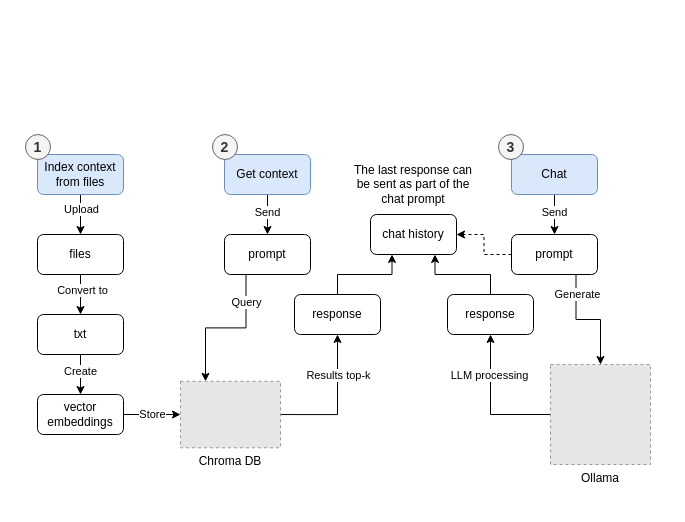
Before: doc/app_flow.drawio in intentor/llm-workbench, a draw.io diagram. Source tidied: cells renumbered, new cells numbered last; positions are measured from the earlier drawing's top-left corner, leaving out a move shared by most shapes. Both pictures are drawn from the tidied source at 100%, with x=0, y=0 at pixel (25, 134). Pictures stored in the file or linked from it are replaced by grey dashed boxes.
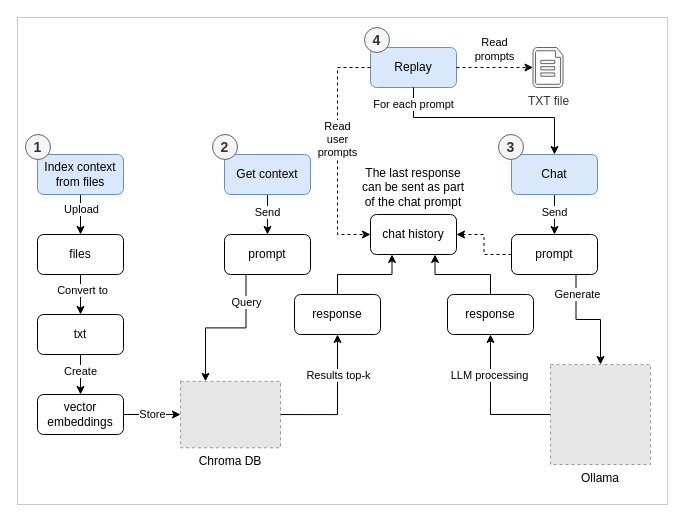
The same page after the edit.

Unchanged cells that the change refers to:
```xml
<mxCell id="32" value="chat history" style="rounded=1;whiteSpace=wrap;html=1;" parent="1" vertex="1">
  <mxGeometry x="345" y="80" width="86" height="40" as="geometry" />
</mxCell>
```

What changed in the source:
```diff
@@
+    <mxCell id="41" style="rounded=0;whiteSpace=wrap;html=1;strokeColor=#C9C9C9;" parent="1" vertex="1">
+      <mxGeometry x="-8" y="-117" width="650" height="487" as="geometry" />
+    </mxCell>
@@
-    <mxCell id="10" value="Index context from files" style="rounded=1;whiteSpace=wrap;html=1;fillColor=#dae8fc;strokeColor=#6c8ebf;" parent="1" vertex="1">
-      <mxGeometry x="12" y="20" width="86" height="40" as="geometry" />
-    </mxCell>
@@
-    <mxCell id="21" value="Chat" style="rounded=1;whiteSpace=wrap;html=1;fillColor=#dae8fc;strokeColor=#6c8ebf;" parent="1" vertex="1">
-      <mxGeometry x="486" y="20" width="86" height="40" as="geometry" />
-    </mxCell>
@@
-    <mxCell id="24" value="Get context" style="rounded=1;whiteSpace=wrap;html=1;fillColor=#dae8fc;strokeColor=#6c8ebf;" parent="1" vertex="1">
-      <mxGeometry x="199" y="20" width="86" height="40" as="geometry" />
-    </mxCell>
@@
     <mxCell id="37" value="The last response can be sent as part of the chat prompt" style="text;html=1;align=center;verticalAlign=middle;whiteSpace=wrap;rounded=0;" parent="1" vertex="1">
-      <mxGeometry x="320" y="25" width="136" height="50" as="geometry" />
+      <mxGeometry x="334" y="29" width="108" height="47" as="geometry" />
     </mxCell>
+    <mxCell id="42" style="group;" parent="1" vertex="1">
+      <mxGeometry width="98" height="60" as="geometry" />
+    </mxCell>
+    <mxCell id="10" value="Index context from files" style="rounded=1;whiteSpace=wrap;html=1;fillColor=#dae8fc;strokeColor=#6c8ebf;" parent="42" vertex="1">
+      <mxGeometry x="12" y="20" width="86" height="40" as="geometry" />
+    </mxCell>
-    <mxCell id="38" value="1" style="ellipse;whiteSpace=wrap;html=1;fillColor=#f5f5f5;strokeColor=#666666;fontStyle=1;fontSize=14;fontColor=#333333;" parent="1" vertex="1">
+    <mxCell id="38" value="1" style="ellipse;whiteSpace=wrap;html=1;fillColor=#f5f5f5;strokeColor=#666666;fontStyle=1;fontSize=14;fontColor=#333333;" parent="42" vertex="1">
       <mxGeometry width="25" height="25" as="geometry" />
     </mxCell>
+    <mxCell id="43" style="group;" parent="1" vertex="1">
+      <mxGeometry x="187" width="98" height="60" as="geometry" />
+    </mxCell>
+    <mxCell id="24" value="Get context" style="rounded=1;whiteSpace=wrap;html=1;fillColor=#dae8fc;strokeColor=#6c8ebf;" parent="43" vertex="1">
+      <mxGeometry x="12" y="20" width="86" height="40" as="geometry" />
+    </mxCell>
-    <mxCell id="39" value="2" style="ellipse;whiteSpace=wrap;html=1;fillColor=#f5f5f5;strokeColor=#666666;fontStyle=1;fontSize=14;fontColor=#333333;" parent="1" vertex="1">
-      <mxGeometry x="187" width="25" height="25" as="geometry" />
+    <mxCell id="39" value="2" style="ellipse;whiteSpace=wrap;html=1;fillColor=#f5f5f5;strokeColor=#666666;fontStyle=1;fontSize=14;fontColor=#333333;" parent="43" vertex="1">
+      <mxGeometry width="25" height="25" as="geometry" />
     </mxCell>
+    <mxCell id="44" style="group;" parent="1" vertex="1">
+      <mxGeometry x="473" width="99" height="60" as="geometry" />
+    </mxCell>
+    <mxCell id="21" value="Chat" style="rounded=1;whiteSpace=wrap;html=1;fillColor=#dae8fc;strokeColor=#6c8ebf;" parent="44" vertex="1">
+      <mxGeometry x="13" y="20" width="86" height="40" as="geometry" />
+    </mxCell>
-    <mxCell id="40" value="3" style="ellipse;whiteSpace=wrap;html=1;fillColor=#f5f5f5;strokeColor=#666666;fontStyle=1;fontSize=14;fontColor=#333333;" parent="1" vertex="1">
-      <mxGeometry x="473" width="25" height="25" as="geometry" />
+    <mxCell id="40" value="3" style="ellipse;whiteSpace=wrap;html=1;fillColor=#f5f5f5;strokeColor=#666666;fontStyle=1;fontSize=14;fontColor=#333333;" parent="44" vertex="1">
+      <mxGeometry width="25" height="25" as="geometry" />
     </mxCell>
+    <mxCell id="45" style="group;" parent="1" vertex="1">
+      <mxGeometry x="339" y="-107" width="98" height="60" as="geometry" />
+    </mxCell>
+    <mxCell id="46" value="Replay" style="rounded=1;whiteSpace=wrap;html=1;fillColor=#dae8fc;strokeColor=#6c8ebf;" parent="45" vertex="1">
+      <mxGeometry x="6" y="20" width="86" height="40" as="geometry" />
+    </mxCell>
+    <mxCell id="47" value="4" style="ellipse;whiteSpace=wrap;html=1;fillColor=#f5f5f5;strokeColor=#666666;fontStyle=1;fontSize=14;fontColor=#333333;" parent="45" vertex="1">
+      <mxGeometry width="25" height="25" as="geometry" />
+    </mxCell>
+    <mxCell id="48" value="TXT file" style="verticalLabelPosition=bottom;html=1;verticalAlign=top;align=center;strokeColor=#666666;fillColor=#f5f5f5;shape=mxgraph.azure.cloud_services_configuration_file;fontColor=#333333;" parent="1" vertex="1">
+      <mxGeometry x="507.5" y="-87" width="30" height="40" as="geometry" />
+    </mxCell>
+    <mxCell id="49" style="edgeStyle=orthogonalEdgeStyle;rounded=0;jettySize=auto;html=1;exitX=1;exitY=0.5;exitDx=0;exitDy=0;entryX=0;entryY=0.5;entryDx=0;entryDy=0;entryPerimeter=0;dashed=1;" parent="1" edge="1" source="46" target="48">
+      <mxGeometry relative="1" as="geometry" />
+    </mxCell>
+    <mxCell id="50" value="Read&lt;div&gt;prompts&lt;/div&gt;" style="edgeLabel;html=1;align=center;verticalAlign=middle;" parent="49" vertex="1">
+      <mxGeometry x="0.08" relative="1" as="geometry">
+        <mxPoint x="-4" y="-19" as="offset" />
+      </mxGeometry>
+    </mxCell>
+    <mxCell id="51" style="edgeStyle=orthogonalEdgeStyle;rounded=0;jettySize=auto;html=1;exitX=0;exitY=0.5;exitDx=0;exitDy=0;entryX=0;entryY=0.5;entryDx=0;entryDy=0;dashed=1;" parent="1" edge="1" source="46" target="32">
+      <mxGeometry relative="1" as="geometry">
+        <Array as="points">
+          <mxPoint x="312" y="-67" />
+          <mxPoint x="312" y="100" />
+        </Array>
+      </mxGeometry>
+    </mxCell>
+    <mxCell id="52" value="Read&lt;div&gt;user&lt;br&gt;&lt;div&gt;prompts&lt;/div&gt;&lt;/div&gt;" style="edgeLabel;html=1;align=center;verticalAlign=middle;" parent="51" vertex="1">
+      <mxGeometry x="-0.25" y="-1" relative="1" as="geometry">
+        <mxPoint y="17" as="offset" />
+      </mxGeometry>
+    </mxCell>
+    <mxCell id="53" style="edgeStyle=orthogonalEdgeStyle;rounded=0;jettySize=auto;html=1;entryX=0.5;entryY=0;entryDx=0;entryDy=0;exitX=0.5;exitY=1;exitDx=0;exitDy=0;" parent="1" edge="1" source="46" target="21">
+      <mxGeometry relative="1" as="geometry">
+        <Array as="points">
+          <mxPoint x="388" y="-17" />
+          <mxPoint x="529" y="-17" />
+        </Array>
+      </mxGeometry>
+    </mxCell>
+    <mxCell id="54" value="For each prompt" style="edgeLabel;html=1;align=center;verticalAlign=middle;" parent="53" vertex="1">
+      <mxGeometry x="-0.85" y="-1" relative="1" as="geometry" />
+    </mxCell>
```
